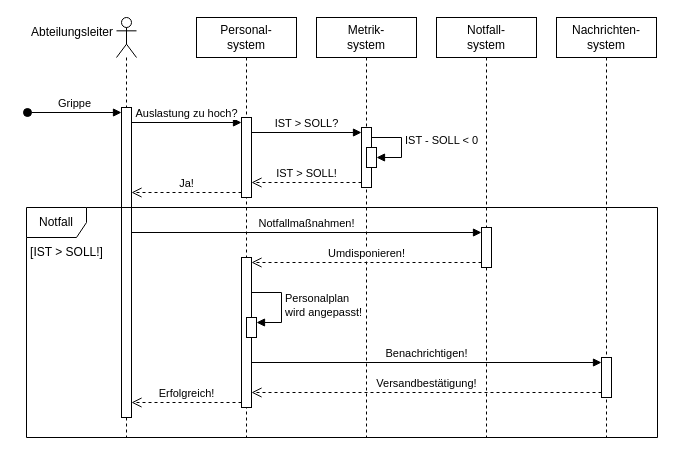
JanUwU42/SoftwareEngineeringProjektarbeit keeps this draw.io diagram as E3 - Eike/E3-Sequenzdiagramm.drawio. Above is the earlier version. Source tidied: cells renumbered, new cells numbered last; positions are measured from the earlier drawing's top-left corner, leaving out a move shared by most shapes. Both pictures are drawn from the tidied source at 100%, with x=0, y=0 at pixel (26, 17).
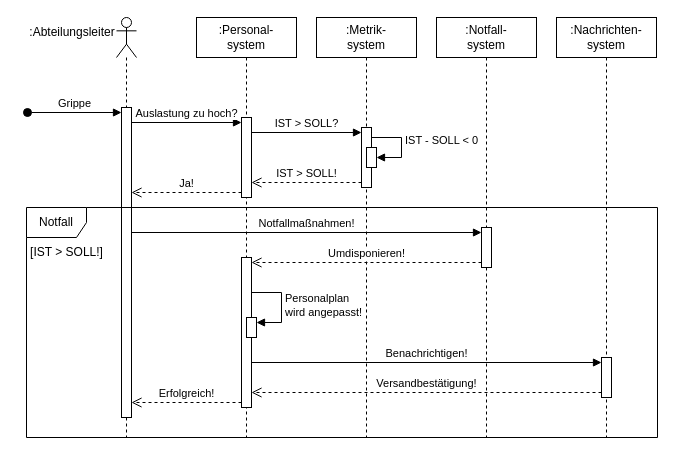
The same page after the edit.

Change to the diagram source:
```diff
@@
-    <mxCell id="3" value="Personal-&lt;div&gt;system&lt;/div&gt;" style="shape=umlLifeline;perimeter=lifelinePerimeter;whiteSpace=wrap;html=1;newEdgeStyle={&quot;curved&quot;:0,&quot;rounded&quot;:0};" parent="1" vertex="1">
+    <mxCell id="3" value=":Personal-&lt;div&gt;system&lt;/div&gt;" style="shape=umlLifeline;perimeter=lifelinePerimeter;whiteSpace=wrap;html=1;newEdgeStyle={&quot;curved&quot;:0,&quot;rounded&quot;:0};" parent="1" vertex="1">
       <mxGeometry x="170" width="100" height="420" as="geometry" />
     </mxCell>
-    <mxCell id="4" value="Metrik-&lt;div&gt;system&lt;/div&gt;" style="shape=umlLifeline;perimeter=lifelinePerimeter;whiteSpace=wrap;html=1;newEdgeStyle={&quot;curved&quot;:0,&quot;rounded&quot;:0};" parent="1" vertex="1">
+    <mxCell id="4" value=":Metrik-&lt;div&gt;system&lt;/div&gt;" style="shape=umlLifeline;perimeter=lifelinePerimeter;whiteSpace=wrap;html=1;newEdgeStyle={&quot;curved&quot;:0,&quot;rounded&quot;:0};" parent="1" vertex="1">
       <mxGeometry x="290" width="100" height="420" as="geometry" />
     </mxCell>
-    <mxCell id="5" value="Notfall-&lt;div&gt;system&lt;/div&gt;" style="shape=umlLifeline;perimeter=lifelinePerimeter;whiteSpace=wrap;html=1;newEdgeStyle={&quot;curved&quot;:0,&quot;rounded&quot;:0};" parent="1" vertex="1">
+    <mxCell id="5" value=":Notfall-&lt;div&gt;system&lt;/div&gt;" style="shape=umlLifeline;perimeter=lifelinePerimeter;whiteSpace=wrap;html=1;newEdgeStyle={&quot;curved&quot;:0,&quot;rounded&quot;:0};" parent="1" vertex="1">
       <mxGeometry x="410" width="100" height="420" as="geometry" />
     </mxCell>
-    <mxCell id="6" value="Nachrichten-&lt;div&gt;system&lt;/div&gt;" style="shape=umlLifeline;perimeter=lifelinePerimeter;whiteSpace=wrap;html=1;newEdgeStyle={&quot;curved&quot;:0,&quot;rounded&quot;:0};" parent="1" vertex="1">
+    <mxCell id="6" value=":Nachrichten-&lt;div&gt;system&lt;/div&gt;" style="shape=umlLifeline;perimeter=lifelinePerimeter;whiteSpace=wrap;html=1;newEdgeStyle={&quot;curved&quot;:0,&quot;rounded&quot;:0};" parent="1" vertex="1">
       <mxGeometry x="530" width="100" height="420" as="geometry" />
     </mxCell>
@@
-    <mxCell id="28" value="Abteilungsleiter" style="text;html=1;align=center;verticalAlign=middle;whiteSpace=wrap;rounded=0;" parent="1" vertex="1">
+    <mxCell id="28" value=":Abteilungsleiter" style="text;html=1;align=center;verticalAlign=middle;whiteSpace=wrap;rounded=0;" parent="1" vertex="1">
       <mxGeometry x="1" width="90" height="30" as="geometry" />
     </mxCell>
```
